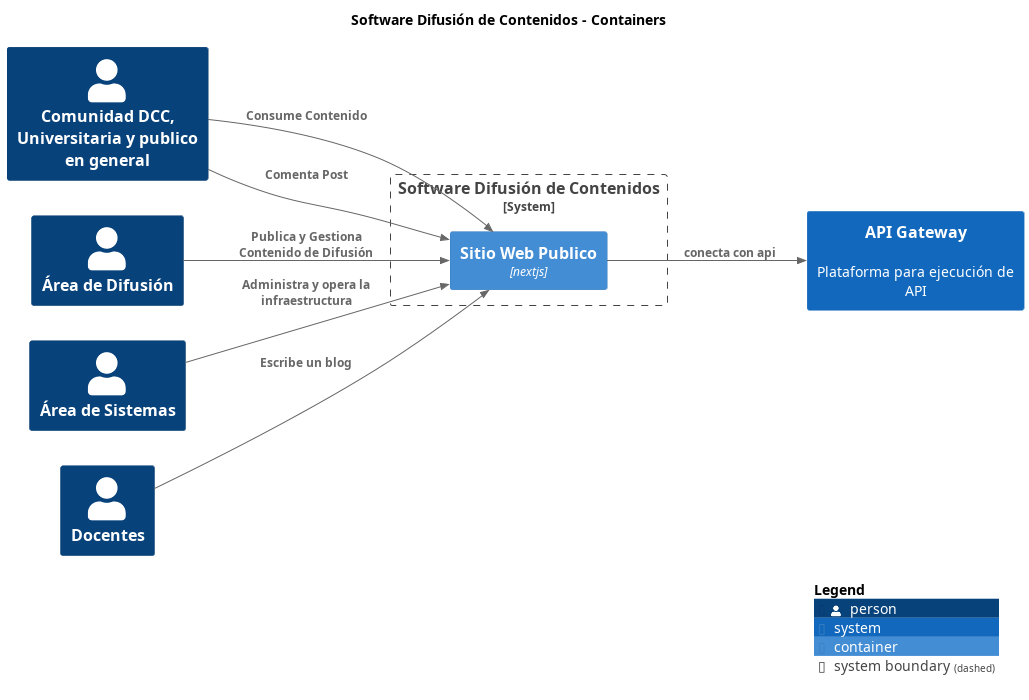
Earlier version of the PlantUML export build/serve/master/png/Container-001.png (nbrx/c4-dcc-arq).
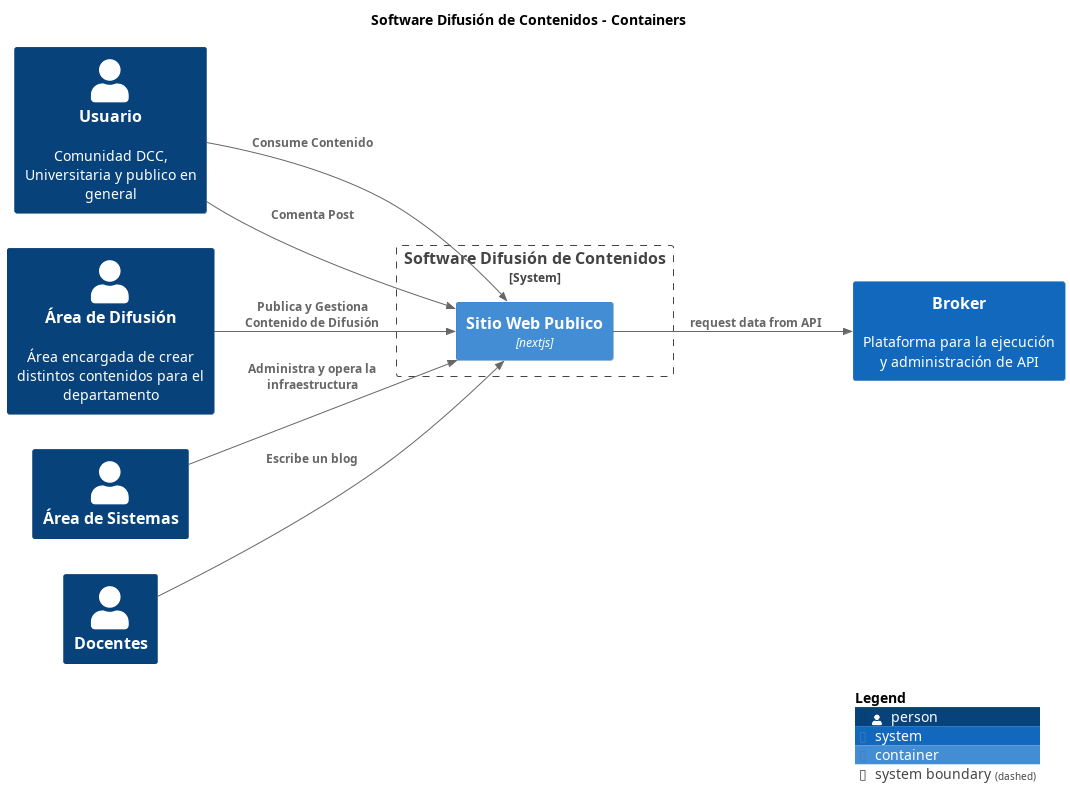
After the change.

The edit, as a diff of the source:
```diff
@@ -8,22 +8,22 @@
 !include <C4/C4_Context>
 !include <C4/C4_Container>
 
-Person(ComunidadDCCUniversitariaypublicoengeneral, "Comunidad DCC, Universitaria y publico en general", "", $tags="")
-Person(ÁreadeDifusión, "Área de Difusión", "", $tags="")
+Person(Usuario, "Usuario", "Comunidad DCC, Universitaria y publico en general", $tags="")
+Person(ÁreadeDifusión, "Área de Difusión", "Área encargada de crear distintos contenidos para el departamento", $tags="")
 Person(ÁreadeSistemas, "Área de Sistemas", "", $tags="")
+System(Broker, "Broker", "Plataforma para la ejecución y administración de API", $tags="")
 Person(Docentes, "Docentes", "", $tags="")
-System(APIGateway, "API Gateway", "Plataforma para ejecución de API", $tags="")
 
 System_Boundary("SoftwareDifusióndeContenidos_boundary", "Software Difusión de Contenidos", $tags="") {
   Container(SoftwareDifusióndeContenidos.SitioWebPublico, "Sitio Web Publico", "nextjs", "", $tags="")
 }
 
-Rel_D(ComunidadDCCUniversitariaypublicoengeneral, SoftwareDifusióndeContenidos.SitioWebPublico, "Consume Contenido", $tags="")
-Rel_D(ComunidadDCCUniversitariaypublicoengeneral, SoftwareDifusióndeContenidos.SitioWebPublico, "Comenta Post", $tags="")
+Rel_D(Usuario, SoftwareDifusióndeContenidos.SitioWebPublico, "Consume Contenido", $tags="")
+Rel_D(Usuario, SoftwareDifusióndeContenidos.SitioWebPublico, "Comenta Post", $tags="")
 Rel_D(Docentes, SoftwareDifusióndeContenidos.SitioWebPublico, "Escribe un blog", $tags="")
 Rel_D(ÁreadeDifusión, SoftwareDifusióndeContenidos.SitioWebPublico, "Publica y Gestiona Contenido de Difusión", $tags="")
 Rel_D(ÁreadeSistemas, SoftwareDifusióndeContenidos.SitioWebPublico, "Administra y opera la infraestructura", $tags="")
-Rel_D(SoftwareDifusióndeContenidos.SitioWebPublico, APIGateway, "conecta con api", $tags="")
+Rel_D(SoftwareDifusióndeContenidos.SitioWebPublico, Broker, "request data from API", $tags="")
 
 SHOW_LEGEND(true)
 @enduml
```
